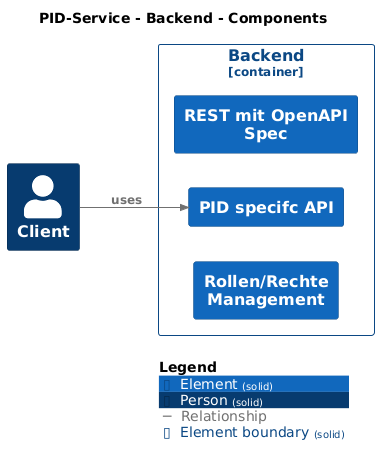
Earlier version of the PlantUML export master/png/Component-003.png (bingert/PID-System-C4-Model).
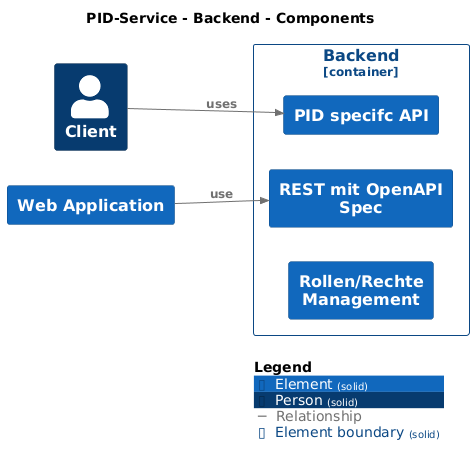
After the commit.

Change to the diagram source:
```diff
@@ -6,6 +6,7 @@
 
 !include <C4/C4>
 !include <C4/C4_Context>
+!include <C4/C4_Container>
 !include <C4/C4_Component>
 
 AddElementTag("Element", $bgColor="#1168bd", $borderColor="#0b4884", $fontColor="#ffffff", $sprite="", $shadowing="", $borderStyle="solid")
@@ -16,6 +17,7 @@
 AddBoundaryTag("Element", $bgColor="#ffffff", $borderColor="#0b4884", $fontColor="#0b4884", $shadowing="", $borderStyle="solid")
 
 Person(Client, "Client", $descr="", $tags="Person", $link="")
+Container(PIDService.WebApplication, "Web Application", $techn="", $descr="", $tags="Element", $link="")
 
 Container_Boundary("PIDService.Backend_boundary", "Backend", $tags="Element") {
   Component(PIDService.Backend.RESTmitOpenAPISpec, "REST mit OpenAPI Spec", $techn="", $descr="", $tags="Element", $link="")
@@ -23,6 +25,7 @@
   Component(PIDService.Backend.RollenRechteManagement, "Rollen/Rechte Management", $techn="", $descr="", $tags="Element", $link="")
 }
 
+Rel(PIDService.WebApplication, PIDService.Backend.RESTmitOpenAPISpec, "use", $techn="", $tags="Relationship", $link="")
 Rel(Client, PIDService.Backend.PIDspecifcAPI, "uses", $techn="", $tags="Relationship", $link="")
 
 SHOW_LEGEND(true)
```
